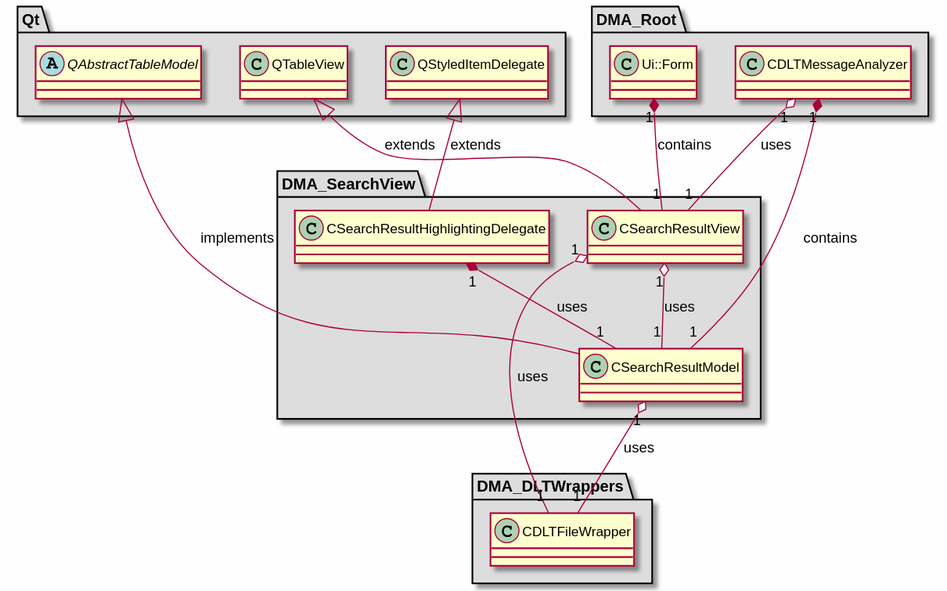
Above: md/dev_docs/puml/DMA_SearchView.svg in svlad-90/DLT-Message-Analyzer (PlantUML), before the change.
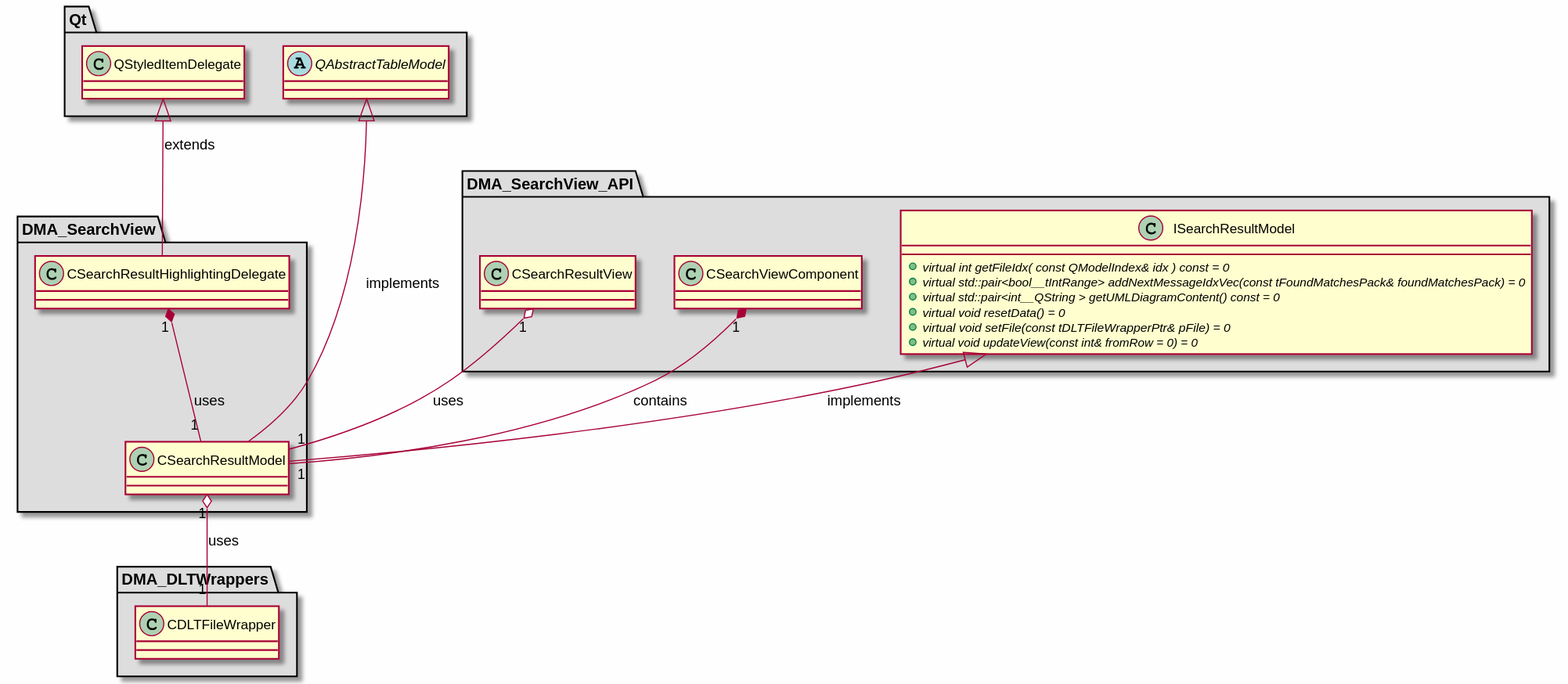
After the change.

Diff of the diagram source:
```diff
@@ -6,19 +6,6 @@
 {
 
 class "CDLTFileWrapper"
-{
-}
-
-}
-
-package "DMA_Root" #DDDDDD
-{
-
-class "CDLTMessageAnalyzer"
-{
-}
-
-class "Ui::Form"
 {
 }
 
@@ -35,8 +22,27 @@
 {
 }
 
+}
+
+package "DMA_SearchView_API" #DDDDDD
+{
+
 class "CSearchResultView"
 {
+}
+
+class "CSearchViewComponent"
+{
+}
+
+class "ISearchResultModel"
+{
+    + {abstract} virtual int getFileIdx( const QModelIndex& idx ) const = 0
+    + {abstract} virtual std::pair<bool__tIntRange> addNextMessageIdxVec(const tFoundMatchesPack& foundMatchesPack) = 0
+    + {abstract} virtual std::pair<int__QString > getUMLDiagramContent() const = 0
+    + {abstract} virtual void resetData() = 0
+    + {abstract} virtual void setFile(const tDLTFileWrapperPtr& pFile) = 0
+    + {abstract} virtual void updateView(const int& fromRow = 0) = 0
 }
 
 }
@@ -52,22 +58,15 @@
 {
 }
 
-class "QTableView"
-{
-}
-
 }
 
 QStyledItemDelegate <|-- CSearchResultHighlightingDelegate : extends
+ISearchResultModel <|-- CSearchResultModel : implements
 QAbstractTableModel <|-- CSearchResultModel : implements
-QTableView <|-- CSearchResultView : extends
 
-CDLTMessageAnalyzer "1" *-- "1" CSearchResultModel : contains
-CDLTMessageAnalyzer "1" o-- "1" CSearchResultView : uses
-Ui::Form "1" *-- "1" CSearchResultView : contains
 CSearchResultHighlightingDelegate "1" *-- "1" CSearchResultModel : uses
 CSearchResultModel "1" o-- "1" CDLTFileWrapper : uses
-CSearchResultView "1" o-- "1" CDLTFileWrapper : uses
 CSearchResultView "1" o-- "1" CSearchResultModel : uses
+CSearchViewComponent "1" *-- "1" CSearchResultModel : contains
 
 @enduml
```
